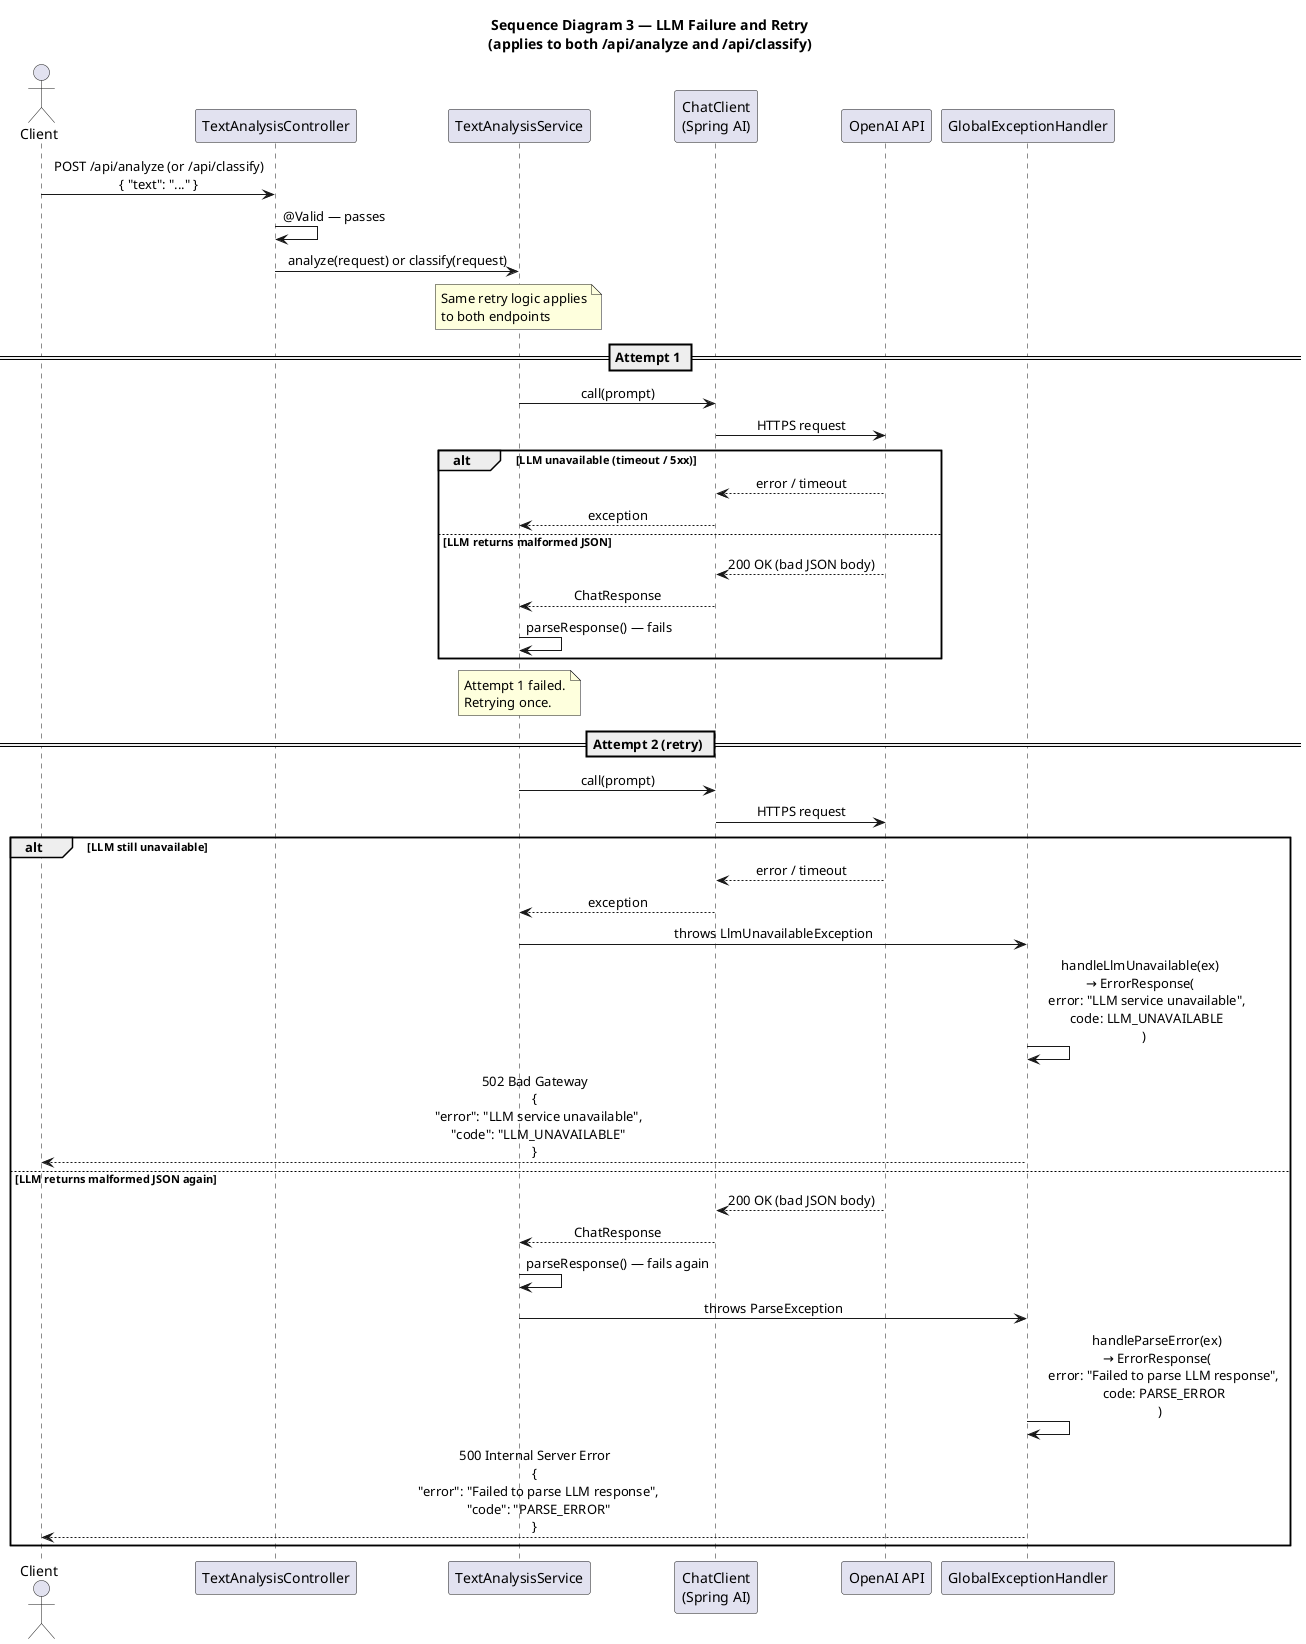
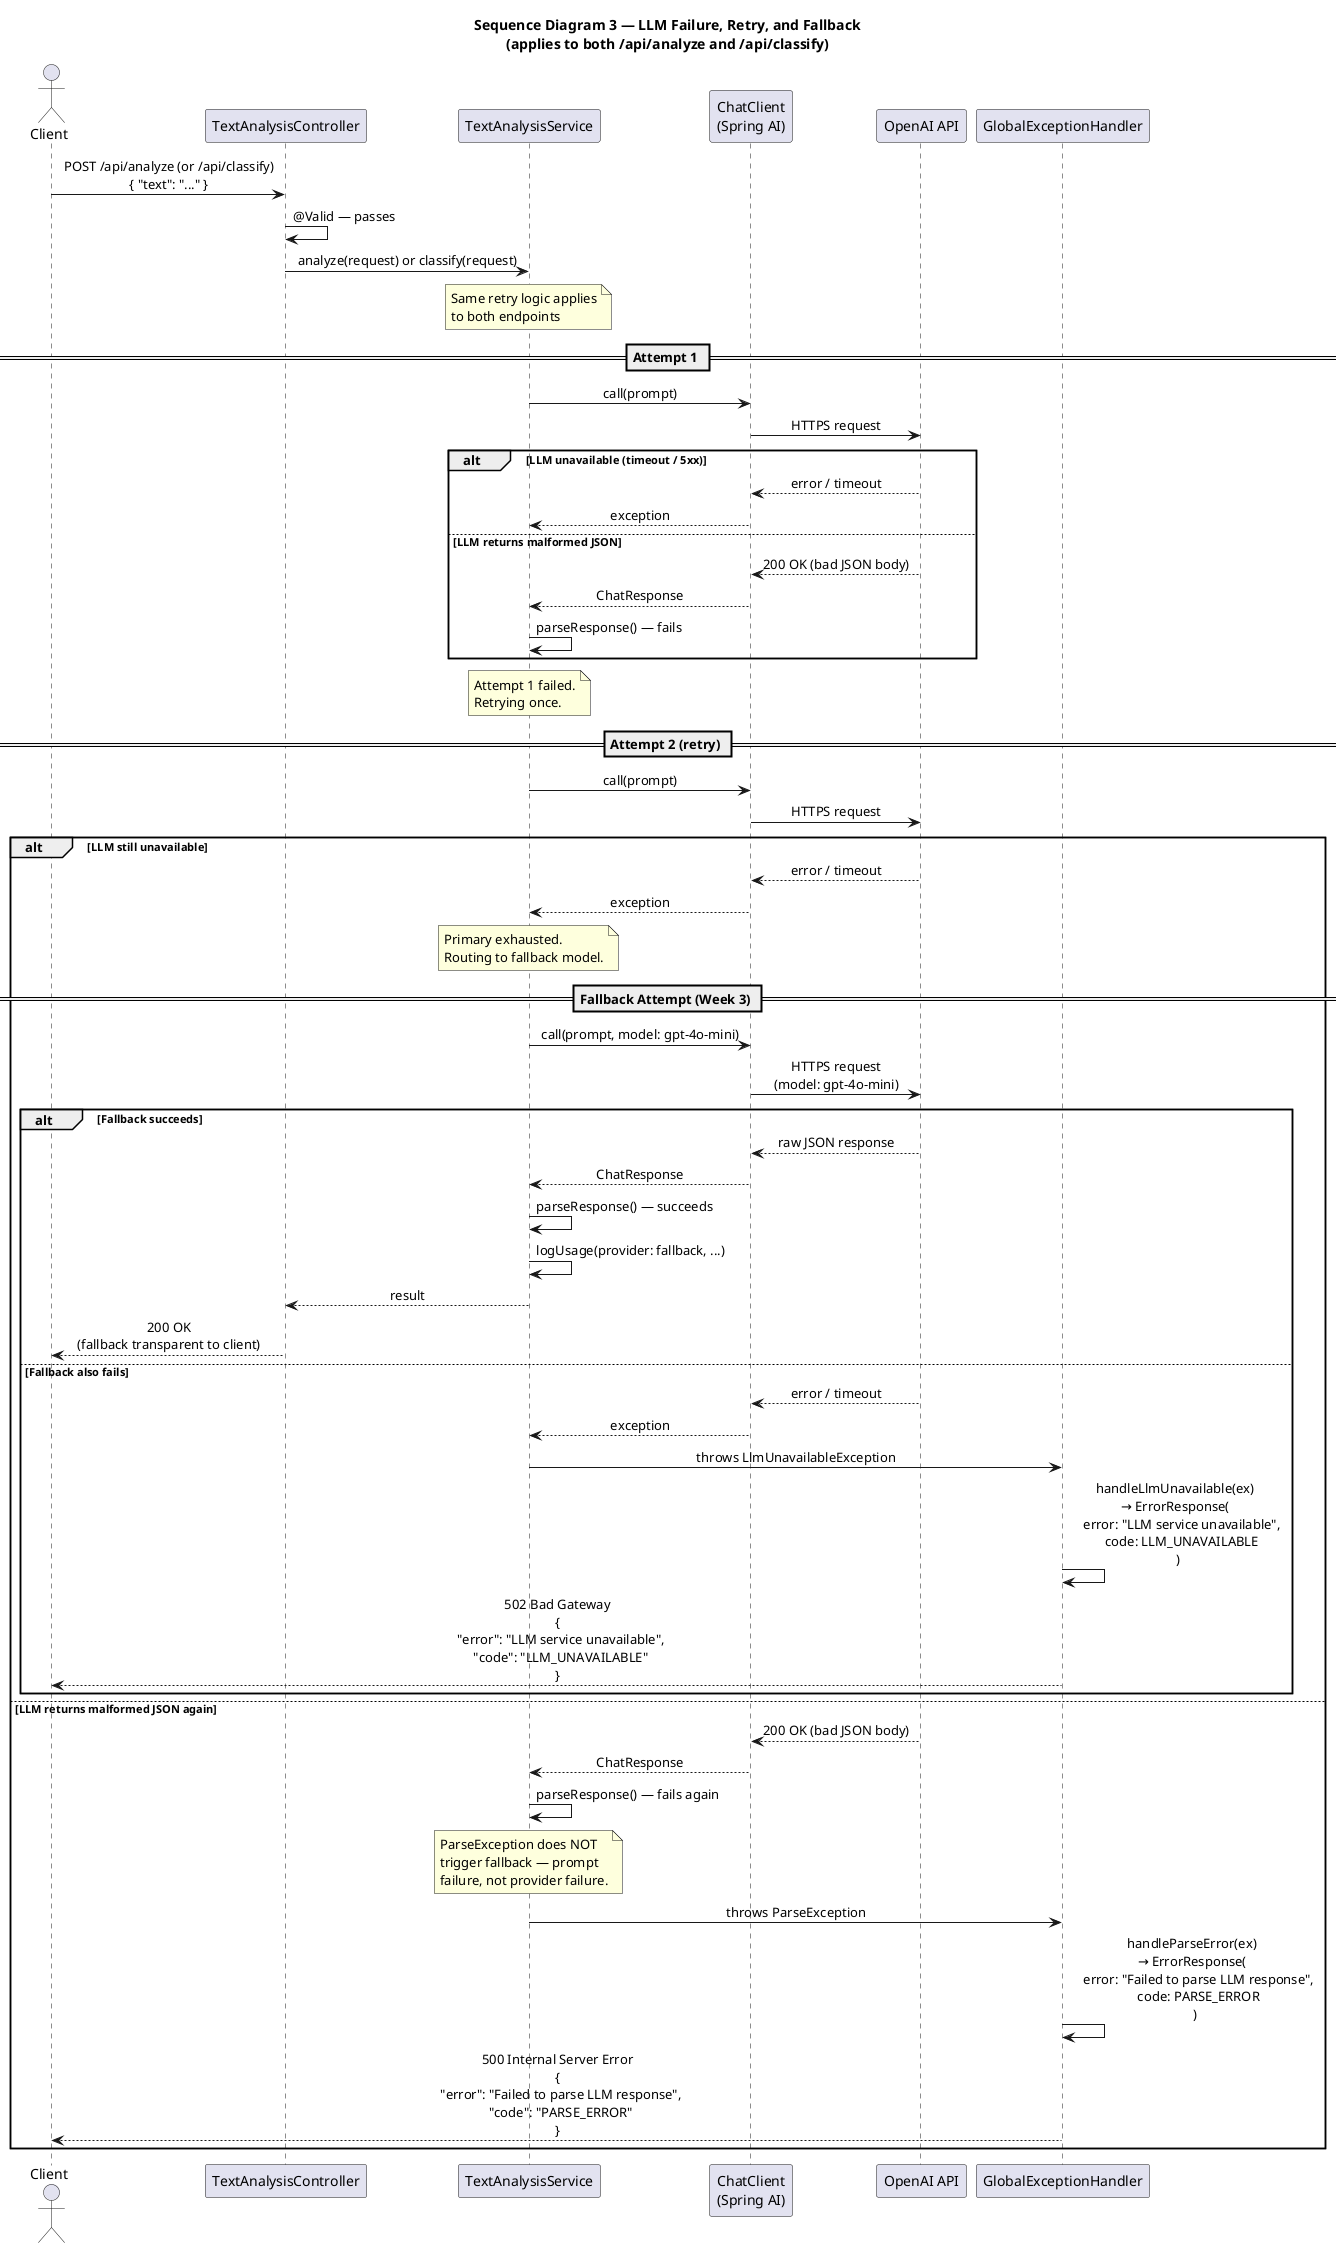
@startuml sequence-llm-failure

- title Sequence Diagram 3 — LLM Failure and Retry\n(applies to both /api/analyze and /api/classify)
+ title Sequence Diagram 3 — LLM Failure, Retry, and Fallback\n(applies to both /api/analyze and /api/classify)

skinparam sequenceMessageAlign center
skinparam responseMessageBelowArrow true

actor       Client
participant "TextAnalysisController" as Controller
participant "TextAnalysisService"    as Service
participant "ChatClient\n(Spring AI)" as ChatClient
participant "OpenAI API"             as OpenAI
participant "GlobalExceptionHandler" as Handler

Client -> Controller : POST /api/analyze (or /api/classify)\n{ "text": "..." }

Controller -> Controller : @Valid — passes

Controller -> Service : analyze(request) or classify(request)

note over Service : Same retry logic applies\nto both endpoints

== Attempt 1 ==

Service -> ChatClient : call(prompt)
ChatClient -> OpenAI : HTTPS request

alt LLM unavailable (timeout / 5xx)

  OpenAI --> ChatClient : error / timeout
  ChatClient --> Service : exception

else LLM returns malformed JSON

  OpenAI --> ChatClient : 200 OK (bad JSON body)
  ChatClient --> Service : ChatResponse
  Service -> Service : parseResponse() — fails

end

note over Service : Attempt 1 failed.\nRetrying once.

== Attempt 2 (retry) ==

Service -> ChatClient : call(prompt)
ChatClient -> OpenAI : HTTPS request

alt LLM still unavailable

  OpenAI --> ChatClient : error / timeout
  ChatClient --> Service : exception
-   Service -> Handler : throws LlmUnavailableException
-   Handler -> Handler : handleLlmUnavailable(ex)\n→ ErrorResponse(\n    error: "LLM service unavailable",\n    code: LLM_UNAVAILABLE\n  )
-   Handler --> Client : 502 Bad Gateway\n{\n  "error": "LLM service unavailable",\n  "code": "LLM_UNAVAILABLE"\n}
+   note over Service : Primary exhausted.\nRouting to fallback model.
+ 
+   == Fallback Attempt (Week 3) ==
+ 
+   Service -> ChatClient : call(prompt, model: gpt-4o-mini)
+   ChatClient -> OpenAI : HTTPS request\n(model: gpt-4o-mini)
+ 
+   alt Fallback succeeds
+ 
+     OpenAI --> ChatClient : raw JSON response
+     ChatClient --> Service : ChatResponse
+     Service -> Service : parseResponse() — succeeds
+     Service -> Service : logUsage(provider: fallback, ...)
+     Service --> Controller : result
+     Controller --> Client : 200 OK\n(fallback transparent to client)
+ 
+   else Fallback also fails
+ 
+     OpenAI --> ChatClient : error / timeout
+     ChatClient --> Service : exception
+     Service -> Handler : throws LlmUnavailableException
+     Handler -> Handler : handleLlmUnavailable(ex)\n→ ErrorResponse(\n    error: "LLM service unavailable",\n    code: LLM_UNAVAILABLE\n  )
+     Handler --> Client : 502 Bad Gateway\n{\n  "error": "LLM service unavailable",\n  "code": "LLM_UNAVAILABLE"\n}
+ 
+   end

else LLM returns malformed JSON again

  OpenAI --> ChatClient : 200 OK (bad JSON body)
  ChatClient --> Service : ChatResponse
  Service -> Service : parseResponse() — fails again
+   note over Service : ParseException does NOT\ntrigger fallback — prompt\nfailure, not provider failure.
  Service -> Handler : throws ParseException
  Handler -> Handler : handleParseError(ex)\n→ ErrorResponse(\n    error: "Failed to parse LLM response",\n    code: PARSE_ERROR\n  )
  Handler --> Client : 500 Internal Server Error\n{\n  "error": "Failed to parse LLM response",\n  "code": "PARSE_ERROR"\n}

end

@enduml
